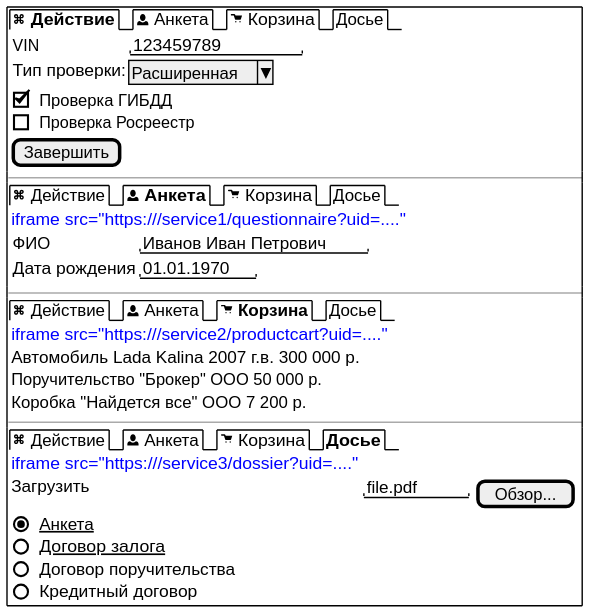
The PlantUML diagram docs/architecture/interface.svg in ilb/devmethodology, before a commit. Its source is kept beside it as docs/architecture/interface.puml. Its diagram source:
```plantuml
@startsalt
{+
{
{/ <b><&command> Действие | <&person> Анкета | <&cart> Корзина | Досье  }
{
{ VIN | "123459789      "
Тип проверки: | ^Расширенная^ }
[X] Проверка ГИБДД
[ ] Проверка Росреестр
}
[Завершить]
}

--
{
{/ <&command> Действие | <b><&person> Анкета | <&cart> Корзина | Досье  }
{
 <color:Blue>iframe src="https:///service1/questionnaire?uid=...."
{ ФИО | "Иванов Иван Петрович"
Дата рождения | "01.01.1970" }
}
}


--
{
{/ <&command> Действие | <&person> Анкета | <b><&cart> Корзина | Досье  }
{
 <color:Blue>iframe src="https:///service2/productcart?uid=...."
Автомобиль Lada Kalina 2007 г.в. 300 000 р.
Поручительство "Брокер" ООО 50 000 р.
Коробка "Найдется все" ООО 7 200 р.}
}


--
{
{/ <&command> Действие | <&person> Анкета | <&cart> Корзина | <b>Досье  }
{
 <color:Blue>iframe src="https:///service3/dossier?uid=...."

Загрузить { "file.pdf " | [Обзор...] }
(X) __Анкета__
() __Договор залога__
() Договор поручительства
() Кредитный договор
}
}


}




@endsalt
```
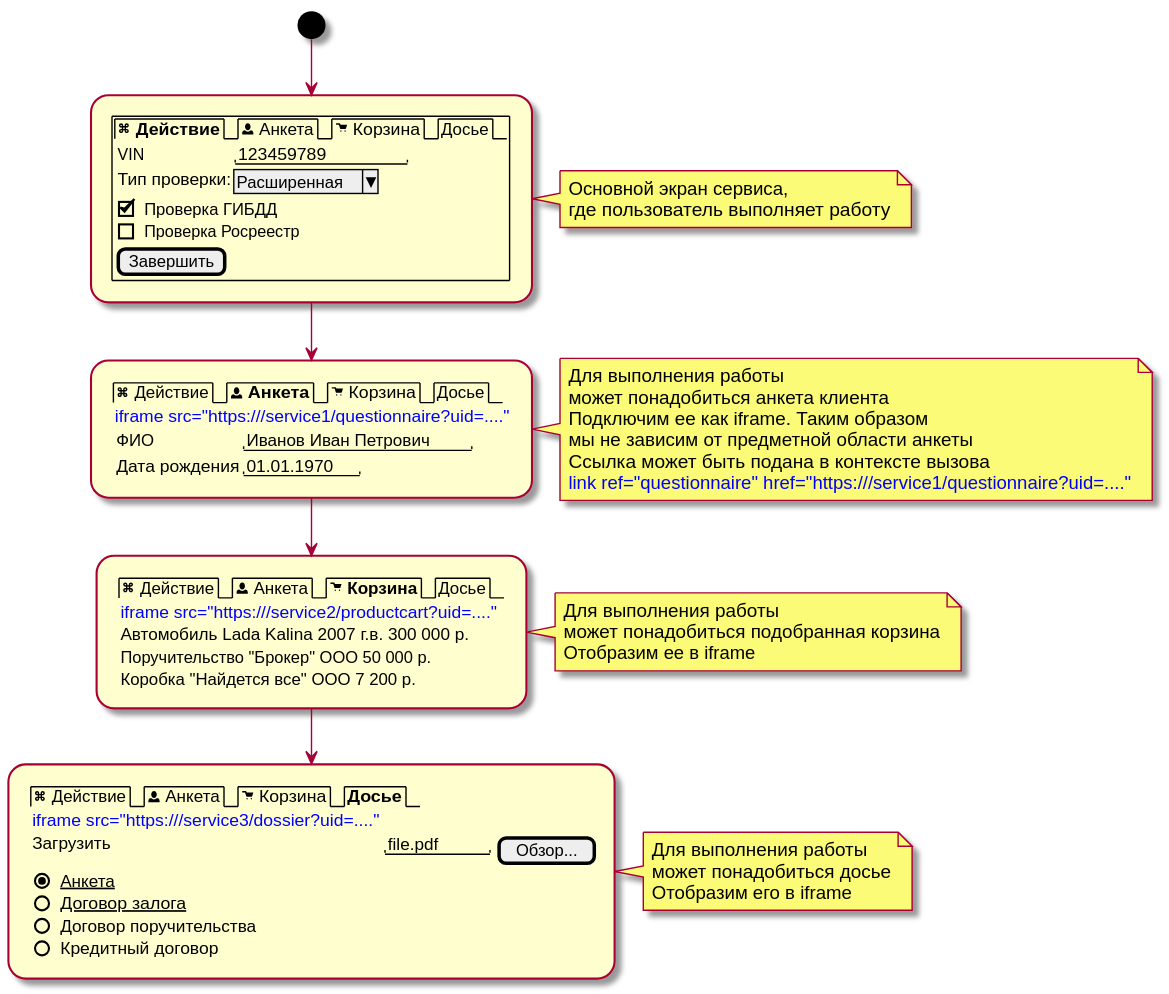
The same diagram one commit later.

Commit message:
Переписал на активности, добавил примечания

The edit, as a diff of the source:
```diff
@@ -1,4 +1,7 @@
-@startsalt
+@startuml
+(*) --> "
+{{
+salt
 {+
 {
 {/ <b><&command> Действие | <&person> Анкета | <&cart> Корзина | Досье  }
@@ -10,8 +13,19 @@
 }
 [Завершить]
 }
+}
 
---
+}}
+" as action
+
+note right
+    Основной экран сервиса,
+    где пользователь выполняет работу
+end note
+
+action -down-> "
+{{
+salt
 {
 {/ <&command> Действие | <b><&person> Анкета | <&cart> Корзина | Досье  }
 {
@@ -20,9 +34,22 @@
 Дата рождения | "01.01.1970" }
 }
 }
+}}
+" as questionnaire
+
+note right
+    Для выполнения работы
+    может понадобиться анкета клиента
+    Подключим ее как iframe. Таким образом
+    мы не зависим от предметной области анкеты
+    Ссылка может быть подана в контексте вызова
+    <color blue>link ref="questionnaire" href="https:///service1/questionnaire?uid=...."</color>
+end note
 
 
---
+questionnaire -down-> "
+{{
+salt
 {
 {/ <&command> Действие | <&person> Анкета | <b><&cart> Корзина | Досье  }
 {
@@ -31,9 +58,18 @@
 Поручительство "Брокер" ООО 50 000 р.
 Коробка "Найдется все" ООО 7 200 р.}
 }
+}}
+" as productcart
 
+note right
+    Для выполнения работы
+    может понадобиться подобранная корзина
+    Отобразим ее в iframe
+end note
 
---
+productcart -down-> "
+{{
+salt
 {
 {/ <&command> Действие | <&person> Анкета | <&cart> Корзина | <b>Досье  }
 {
@@ -46,11 +82,13 @@
 () Кредитный договор
 }
 }
+}}
+" as dossier
 
+note right
+    Для выполнения работы
+    может понадобиться досье
+    Отобразим его в iframe
+end note
 
-}
-
-
-
-
-@endsalt
+@enduml
```
